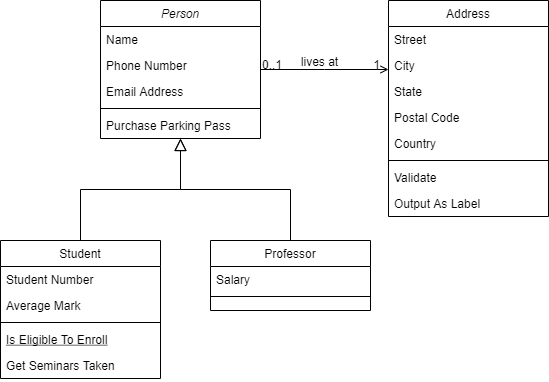
The draw.io diagram ShopConseptualUML.drawio.png in olh-msk/SigmaTask10, before a commit. Source tidied: cells renumbered, new cells last; positions are measured from the earlier drawing's top-left corner, leaving out a move shared by most shapes.
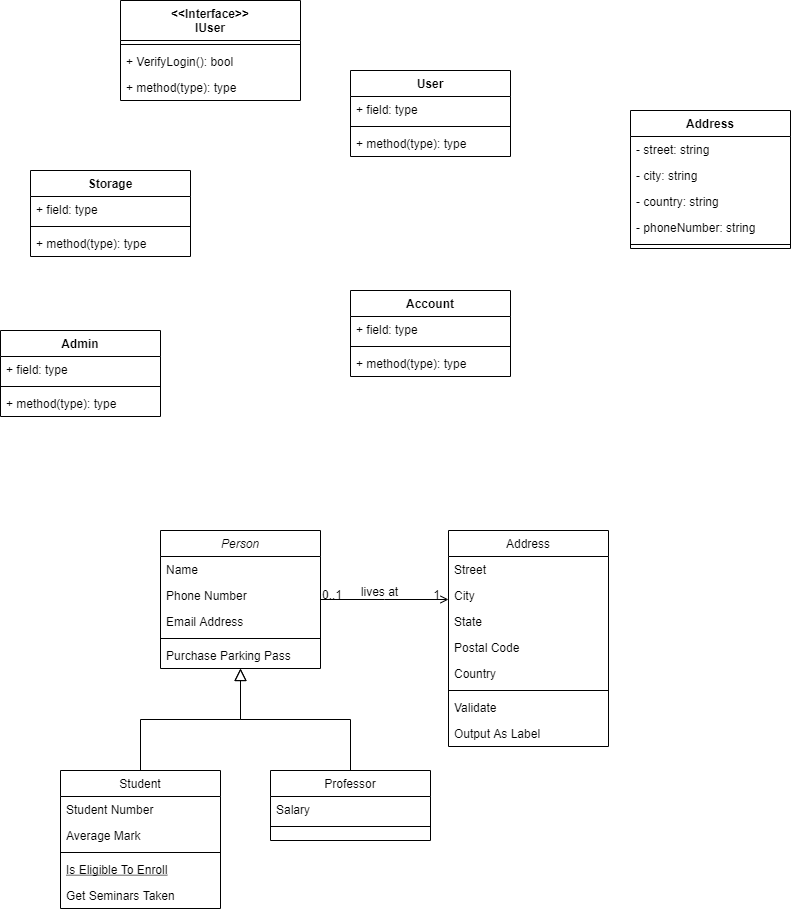
After the commit.

The edit, as a diff of the source:
```diff
@@ -100,5 +100,83 @@
         <mxPoint x="-38" y="40" as="offset" />
       </mxGeometry>
     </mxCell>
+    <mxCell id="32" value="&lt;&lt;Interface&gt;&gt;&#10;IUser" style="swimlane;fontStyle=1;align=center;verticalAlign=top;horizontal=1;startSize=40;" parent="1" vertex="1">
+      <mxGeometry x="60" y="-530" width="180" height="100" as="geometry" />
+    </mxCell>
+    <mxCell id="33" style="line;strokeWidth=1;fillColor=none;align=left;verticalAlign=middle;spacingTop=-1;spacingLeft=3;spacingRight=3;labelPosition=right;" parent="32" vertex="1">
+      <mxGeometry y="40" width="180" height="8" as="geometry" />
+    </mxCell>
+    <mxCell id="34" value="+ VerifyLogin(): bool" style="text;strokeColor=none;fillColor=none;align=left;verticalAlign=top;spacingLeft=4;spacingRight=4;overflow=hidden;" parent="32" vertex="1">
+      <mxGeometry y="48" width="180" height="26" as="geometry" />
+    </mxCell>
+    <mxCell id="35" value="+ method(type): type" style="text;strokeColor=none;fillColor=none;align=left;verticalAlign=top;spacingLeft=4;spacingRight=4;overflow=hidden;" parent="32" vertex="1">
+      <mxGeometry y="74" width="180" height="26" as="geometry" />
+    </mxCell>
+    <mxCell id="36" value="Storage" style="swimlane;fontStyle=1;align=center;verticalAlign=top;horizontal=1;startSize=26;" parent="1" vertex="1">
+      <mxGeometry x="-30" y="-360" width="160" height="86" as="geometry" />
+    </mxCell>
+    <mxCell id="37" value="+ field: type" style="text;strokeColor=none;fillColor=none;align=left;verticalAlign=top;spacingLeft=4;spacingRight=4;overflow=hidden;" parent="36" vertex="1">
+      <mxGeometry y="26" width="160" height="26" as="geometry" />
+    </mxCell>
+    <mxCell id="38" style="line;strokeWidth=1;fillColor=none;align=left;verticalAlign=middle;spacingTop=-1;spacingLeft=3;spacingRight=3;labelPosition=right;" parent="36" vertex="1">
+      <mxGeometry y="52" width="160" height="8" as="geometry" />
+    </mxCell>
+    <mxCell id="39" value="+ method(type): type" style="text;strokeColor=none;fillColor=none;align=left;verticalAlign=top;spacingLeft=4;spacingRight=4;overflow=hidden;" parent="36" vertex="1">
+      <mxGeometry y="60" width="160" height="26" as="geometry" />
+    </mxCell>
+    <mxCell id="40" value="Admin" style="swimlane;fontStyle=1;align=center;verticalAlign=top;horizontal=1;startSize=26;" parent="1" vertex="1">
+      <mxGeometry x="-60" y="-200" width="160" height="86" as="geometry" />
+    </mxCell>
+    <mxCell id="41" value="+ field: type" style="text;strokeColor=none;fillColor=none;align=left;verticalAlign=top;spacingLeft=4;spacingRight=4;overflow=hidden;" parent="40" vertex="1">
+      <mxGeometry y="26" width="160" height="26" as="geometry" />
+    </mxCell>
+    <mxCell id="42" style="line;strokeWidth=1;fillColor=none;align=left;verticalAlign=middle;spacingTop=-1;spacingLeft=3;spacingRight=3;labelPosition=right;" parent="40" vertex="1">
+      <mxGeometry y="52" width="160" height="8" as="geometry" />
+    </mxCell>
+    <mxCell id="43" value="+ method(type): type" style="text;strokeColor=none;fillColor=none;align=left;verticalAlign=top;spacingLeft=4;spacingRight=4;overflow=hidden;" parent="40" vertex="1">
+      <mxGeometry y="60" width="160" height="26" as="geometry" />
+    </mxCell>
+    <mxCell id="44" value="User" style="swimlane;fontStyle=1;align=center;verticalAlign=top;horizontal=1;startSize=26;" parent="1" vertex="1">
+      <mxGeometry x="290" y="-460" width="160" height="86" as="geometry" />
+    </mxCell>
+    <mxCell id="45" value="+ field: type" style="text;strokeColor=none;fillColor=none;align=left;verticalAlign=top;spacingLeft=4;spacingRight=4;overflow=hidden;" parent="44" vertex="1">
+      <mxGeometry y="26" width="160" height="26" as="geometry" />
+    </mxCell>
+    <mxCell id="46" style="line;strokeWidth=1;fillColor=none;align=left;verticalAlign=middle;spacingTop=-1;spacingLeft=3;spacingRight=3;labelPosition=right;" parent="44" vertex="1">
+      <mxGeometry y="52" width="160" height="8" as="geometry" />
+    </mxCell>
+    <mxCell id="47" value="+ method(type): type" style="text;strokeColor=none;fillColor=none;align=left;verticalAlign=top;spacingLeft=4;spacingRight=4;overflow=hidden;" parent="44" vertex="1">
+      <mxGeometry y="60" width="160" height="26" as="geometry" />
+    </mxCell>
+    <mxCell id="48" value="Address" style="swimlane;fontStyle=1;align=center;verticalAlign=top;horizontal=1;startSize=26;" parent="1" vertex="1">
+      <mxGeometry x="570" y="-420" width="160" height="138" as="geometry" />
+    </mxCell>
+    <mxCell id="49" value="- street: string" style="text;strokeColor=none;fillColor=none;align=left;verticalAlign=top;spacingLeft=4;spacingRight=4;overflow=hidden;" parent="48" vertex="1">
+      <mxGeometry y="26" width="160" height="26" as="geometry" />
+    </mxCell>
+    <mxCell id="50" value="- city: string" style="text;strokeColor=none;fillColor=none;align=left;verticalAlign=top;spacingLeft=4;spacingRight=4;overflow=hidden;" parent="48" vertex="1">
+      <mxGeometry y="52" width="160" height="26" as="geometry" />
+    </mxCell>
+    <mxCell id="51" value="- country: string" style="text;strokeColor=none;fillColor=none;align=left;verticalAlign=top;spacingLeft=4;spacingRight=4;overflow=hidden;" parent="48" vertex="1">
+      <mxGeometry y="78" width="160" height="26" as="geometry" />
+    </mxCell>
+    <mxCell id="52" value="- phoneNumber: string" style="text;strokeColor=none;fillColor=none;align=left;verticalAlign=top;spacingLeft=4;spacingRight=4;overflow=hidden;" parent="48" vertex="1">
+      <mxGeometry y="104" width="160" height="26" as="geometry" />
+    </mxCell>
+    <mxCell id="53" style="line;strokeWidth=1;fillColor=none;align=left;verticalAlign=middle;spacingTop=-1;spacingLeft=3;spacingRight=3;labelPosition=right;" parent="48" vertex="1">
+      <mxGeometry y="130" width="160" height="8" as="geometry" />
+    </mxCell>
+    <mxCell id="54" value="Account" style="swimlane;fontStyle=1;align=center;verticalAlign=top;horizontal=1;startSize=26;" parent="1" vertex="1">
+      <mxGeometry x="290" y="-240" width="160" height="86" as="geometry" />
+    </mxCell>
+    <mxCell id="55" value="+ field: type" style="text;strokeColor=none;fillColor=none;align=left;verticalAlign=top;spacingLeft=4;spacingRight=4;overflow=hidden;" parent="54" vertex="1">
+      <mxGeometry y="26" width="160" height="26" as="geometry" />
+    </mxCell>
+    <mxCell id="56" style="line;strokeWidth=1;fillColor=none;align=left;verticalAlign=middle;spacingTop=-1;spacingLeft=3;spacingRight=3;labelPosition=right;" parent="54" vertex="1">
+      <mxGeometry y="52" width="160" height="8" as="geometry" />
+    </mxCell>
+    <mxCell id="57" value="+ method(type): type" style="text;strokeColor=none;fillColor=none;align=left;verticalAlign=top;spacingLeft=4;spacingRight=4;overflow=hidden;" parent="54" vertex="1">
+      <mxGeometry y="60" width="160" height="26" as="geometry" />
+    </mxCell>
   </root>
 </mxGraphModel>
```
